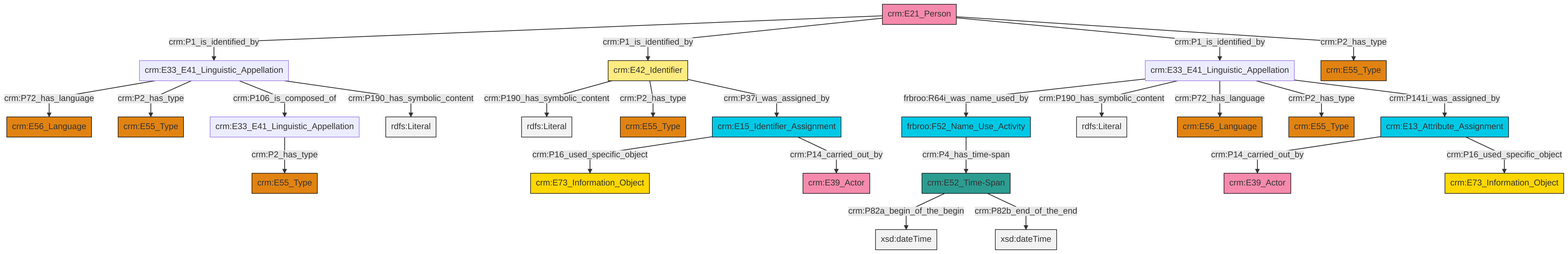
Above: et/personCSV/ttl/mmd/png/Person_Names_and_Classification.png in swiss-art-research-net/reference-data-models (Mermaid), before the change. Its source is kept beside it as et/personCSV/ttl/mmd/Person_Names_and_Classification.ttl.mmd.
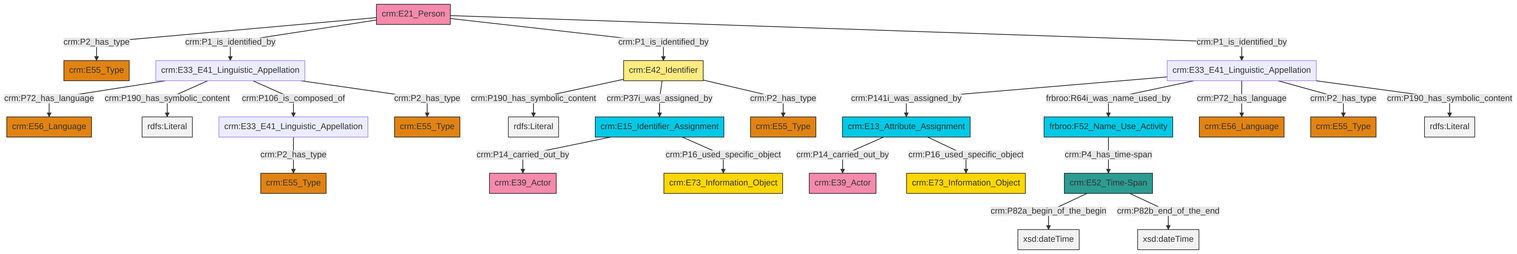
After the commit.

The edit, as a diff of the source:
```diff
@@ -13,27 +13,27 @@
 classDef PC_Classes fill:#4ce600, stroke:#000000;
 classDef Multi fill:#cccccc,stroke:#000000;
 
-2["crm:E15_Identifier_Assignment"]:::Temporal_Entity -->|crm:P16_used_specific_object| 3["crm:E73_Information_Object"]:::Conceptual_Object
-8["crm:E13_Attribute_Assignment"]:::Temporal_Entity -->|crm:P14_carried_out_by| 9["crm:E39_Actor"]:::Actor
-0["crm:E33_E41_Linguistic_Appellation"]:::Default -->|frbroo:R64i_was_name_used_by| 10["frbroo:F52_Name_Use_Activity"]:::Temporal_Entity
-11["crm:E21_Person"]:::Actor -->|crm:P1_is_identified_by| 12["crm:E33_E41_Linguistic_Appellation"]:::Default
-12["crm:E33_E41_Linguistic_Appellation"]:::Default -->|crm:P72_has_language| 15["crm:E56_Language"]:::Type
-6["crm:E33_E41_Linguistic_Appellation"]:::Default -->|crm:P2_has_type| 4["crm:E55_Type"]:::Type
-11["crm:E21_Person"]:::Actor -->|crm:P1_is_identified_by| 16["crm:E42_Identifier"]:::Appellation
-17["crm:E52_Time-Span"]:::Time-Span -->|crm:P82a_begin_of_the_begin| 19[xsd:dateTime]:::Literal
-0["crm:E33_E41_Linguistic_Appellation"]:::Default -->|crm:P190_has_symbolic_content| 20[rdfs:Literal]:::Literal
-12["crm:E33_E41_Linguistic_Appellation"]:::Default -->|crm:P2_has_type| 26["crm:E55_Type"]:::Type
-11["crm:E21_Person"]:::Actor -->|crm:P1_is_identified_by| 0["crm:E33_E41_Linguistic_Appellation"]:::Default
-8["crm:E13_Attribute_Assignment"]:::Temporal_Entity -->|crm:P16_used_specific_object| 28["crm:E73_Information_Object"]:::Conceptual_Object
-0["crm:E33_E41_Linguistic_Appellation"]:::Default -->|crm:P72_has_language| 21["crm:E56_Language"]:::Type
-16["crm:E42_Identifier"]:::Appellation -->|crm:P190_has_symbolic_content| 34[rdfs:Literal]:::Literal
-10["frbroo:F52_Name_Use_Activity"]:::Temporal_Entity -->|crm:P4_has_time-span| 17["crm:E52_Time-Span"]:::Time-Span
-12["crm:E33_E41_Linguistic_Appellation"]:::Default -->|crm:P106_is_composed_of| 6["crm:E33_E41_Linguistic_Appellation"]:::Default
-17["crm:E52_Time-Span"]:::Time-Span -->|crm:P82b_end_of_the_end| 36[xsd:dateTime]:::Literal
-0["crm:E33_E41_Linguistic_Appellation"]:::Default -->|crm:P2_has_type| 38["crm:E55_Type"]:::Type
-2["crm:E15_Identifier_Assignment"]:::Temporal_Entity -->|crm:P14_carried_out_by| 13["crm:E39_Actor"]:::Actor
-16["crm:E42_Identifier"]:::Appellation -->|crm:P2_has_type| 39["crm:E55_Type"]:::Type
-12["crm:E33_E41_Linguistic_Appellation"]:::Default -->|crm:P190_has_symbolic_content| 40[rdfs:Literal]:::Literal
-11["crm:E21_Person"]:::Actor -->|crm:P2_has_type| 42["crm:E55_Type"]:::Type
-0["crm:E33_E41_Linguistic_Appellation"]:::Default -->|crm:P141i_was_assigned_by| 8["crm:E13_Attribute_Assignment"]:::Temporal_Entity
-16["crm:E42_Identifier"]:::Appellation -->|crm:P37i_was_assigned_by| 2["crm:E15_Identifier_Assignment"]:::Temporal_Entity
+4["crm:E33_E41_Linguistic_Appellation"]:::Default -->|crm:P141i_was_assigned_by| 5["crm:E13_Attribute_Assignment"]:::Temporal_Entity
+4["crm:E33_E41_Linguistic_Appellation"]:::Default -->|frbroo:R64i_was_name_used_by| 9["frbroo:F52_Name_Use_Activity"]:::Temporal_Entity
+20["crm:E42_Identifier"]:::Appellation -->|crm:P190_has_symbolic_content| 21[rdfs:Literal]:::Literal
+2["crm:E21_Person"]:::Actor -->|crm:P2_has_type| 23["crm:E55_Type"]:::Type
+2["crm:E21_Person"]:::Actor -->|crm:P1_is_identified_by| 24["crm:E33_E41_Linguistic_Appellation"]:::Default
+12["crm:E33_E41_Linguistic_Appellation"]:::Default -->|crm:P2_has_type| 0["crm:E55_Type"]:::Type
+2["crm:E21_Person"]:::Actor -->|crm:P1_is_identified_by| 20["crm:E42_Identifier"]:::Appellation
+2["crm:E21_Person"]:::Actor -->|crm:P1_is_identified_by| 4["crm:E33_E41_Linguistic_Appellation"]:::Default
+24["crm:E33_E41_Linguistic_Appellation"]:::Default -->|crm:P72_has_language| 10["crm:E56_Language"]:::Type
+25["crm:E15_Identifier_Assignment"]:::Temporal_Entity -->|crm:P14_carried_out_by| 26["crm:E39_Actor"]:::Actor
+7["crm:E52_Time-Span"]:::Time-Span -->|crm:P82a_begin_of_the_begin| 27[xsd:dateTime]:::Literal
+4["crm:E33_E41_Linguistic_Appellation"]:::Default -->|crm:P72_has_language| 18["crm:E56_Language"]:::Type
+25["crm:E15_Identifier_Assignment"]:::Temporal_Entity -->|crm:P16_used_specific_object| 33["crm:E73_Information_Object"]:::Conceptual_Object
+24["crm:E33_E41_Linguistic_Appellation"]:::Default -->|crm:P190_has_symbolic_content| 35[rdfs:Literal]:::Literal
+20["crm:E42_Identifier"]:::Appellation -->|crm:P37i_was_assigned_by| 25["crm:E15_Identifier_Assignment"]:::Temporal_Entity
+4["crm:E33_E41_Linguistic_Appellation"]:::Default -->|crm:P2_has_type| 40["crm:E55_Type"]:::Type
+9["frbroo:F52_Name_Use_Activity"]:::Temporal_Entity -->|crm:P4_has_time-span| 7["crm:E52_Time-Span"]:::Time-Span
+20["crm:E42_Identifier"]:::Appellation -->|crm:P2_has_type| 36["crm:E55_Type"]:::Type
+24["crm:E33_E41_Linguistic_Appellation"]:::Default -->|crm:P106_is_composed_of| 12["crm:E33_E41_Linguistic_Appellation"]:::Default
+7["crm:E52_Time-Span"]:::Time-Span -->|crm:P82b_end_of_the_end| 42[xsd:dateTime]:::Literal
+4["crm:E33_E41_Linguistic_Appellation"]:::Default -->|crm:P190_has_symbolic_content| 43[rdfs:Literal]:::Literal
+24["crm:E33_E41_Linguistic_Appellation"]:::Default -->|crm:P2_has_type| 14["crm:E55_Type"]:::Type
+5["crm:E13_Attribute_Assignment"]:::Temporal_Entity -->|crm:P14_carried_out_by| 38["crm:E39_Actor"]:::Actor
+5["crm:E13_Attribute_Assignment"]:::Temporal_Entity -->|crm:P16_used_specific_object| 16["crm:E73_Information_Object"]:::Conceptual_Object
```
